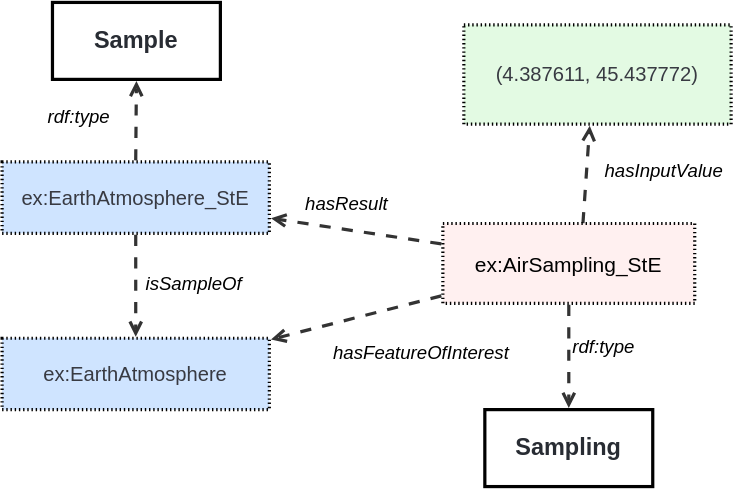
The draw.io diagram ssn/images/LocatedSampling.svg in afeliachi/sdw-sosa-ssn, before a commit. Source tidied: cells renumbered, new cells last; positions are measured from the earlier drawing's top-left corner, leaving out a move shared by most shapes.
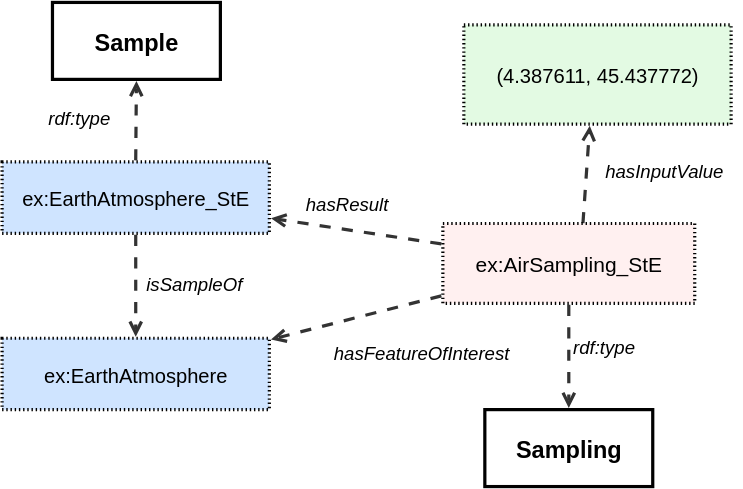
The same diagram one commit later.

The edit, as a diff of the source:
```diff
@@ -2,58 +2,58 @@
   <root>
     <mxCell id="0" />
     <mxCell id="1" parent="0" />
-    <mxCell id="2" value="&lt;font face=&quot;Helvetica&quot;&gt;ex:EarthAtmosphere_StE&lt;/font&gt;" style="html=1;overflow=block;blockSpacing=1;whiteSpace=wrap;fontSize=14.4;fontFamily=DejaVu Sans Mono;fontColor=#383a42;align=center;spacing=0;strokeOpacity=100;fillOpacity=100;fillColor=#cfe4ff;dashed=1;fixDash=1;dashPattern=1 2;strokeWidth=2.3;" parent="1" vertex="1">
+    <mxCell id="2" value="&lt;font&gt;ex:EarthAtmosphere_StE&lt;/font&gt;" style="html=1;overflow=block;blockSpacing=1;whiteSpace=wrap;fontSize=14.4;fontFamily=Helvetica;fontColor=default;align=center;spacing=0;strokeOpacity=100;fillOpacity=100;fillColor=#cfe4ff;dashed=1;fixDash=1;dashPattern=1 2;strokeWidth=2.3;convertToSvg=1;" parent="1" vertex="1">
       <mxGeometry y="114" width="191" height="51" as="geometry" />
     </mxCell>
-    <mxCell id="3" value="Sample" style="html=1;overflow=block;blockSpacing=1;whiteSpace=wrap;fontSize=16.8;fontColor=#282c33;fontStyle=1;align=center;spacing=0;strokeOpacity=100;fillOpacity=0;fillColor=#000000;strokeWidth=2.3;" parent="1" vertex="1">
+    <mxCell id="3" value="Sample" style="html=1;overflow=block;blockSpacing=1;whiteSpace=wrap;fontSize=16.8;fontColor=default;fontStyle=1;align=center;spacing=0;strokeOpacity=100;fillOpacity=0;fillColor=#000000;strokeWidth=2.3;convertToSvg=1;fontFamily=Helvetica;" parent="1" vertex="1">
       <mxGeometry x="36" width="120" height="55" as="geometry" />
     </mxCell>
-    <mxCell id="4" value="rdf:type" style="html=1;overflow=block;blockSpacing=1;whiteSpace=wrap;fontSize=13.3;fontStyle=2;align=left;spacing=3.8;verticalAlign=top;strokeColor=none;fillOpacity=0;fillColor=#ffffff;dashed=1;fixDash=1;dashPattern=16 6;strokeWidth=0;lucidId=A-tLJZ_WLiK6;" parent="1" vertex="1">
+    <mxCell id="4" value="rdf:type" style="html=1;overflow=block;blockSpacing=1;whiteSpace=wrap;fontSize=13.3;fontStyle=2;align=left;spacing=3.8;verticalAlign=top;strokeColor=none;fillOpacity=0;fillColor=#ffffff;dashed=1;fixDash=1;dashPattern=16 6;strokeWidth=0;lucidId=A-tLJZ_WLiK6;fontColor=default;convertToSvg=1;fontFamily=Helvetica;" parent="1" vertex="1">
       <mxGeometry x="30" y="72" width="70" height="28" as="geometry" />
     </mxCell>
-    <mxCell id="5" style="html=1;jettySize=18;whiteSpace=wrap;fontSize=13;strokeColor=#333333;strokeOpacity=100;dashed=1;fixDash=1;dashPattern=8 8;strokeWidth=2.3;rounded=0;startArrow=none;endArrow=open;exitX=0.5;exitY=-0.022;exitPerimeter=0;entryX=0.5;entryY=1.021;entryPerimeter=0;lucidId=A-tLlVsy8QA~;" parent="1" edge="1" source="2" target="3">
+    <mxCell id="5" style="html=1;jettySize=18;whiteSpace=wrap;fontSize=13;strokeColor=#333333;strokeOpacity=100;dashed=1;fixDash=1;dashPattern=8 8;strokeWidth=2.3;rounded=0;startArrow=none;endArrow=open;exitX=0.5;exitY=-0.022;exitPerimeter=0;entryX=0.5;entryY=1.021;entryPerimeter=0;lucidId=A-tLlVsy8QA~;fontColor=default;convertToSvg=1;fontFamily=Helvetica;" parent="1" edge="1" source="2" target="3">
       <mxGeometry relative="1" as="geometry" />
     </mxCell>
-    <mxCell id="6" value="&lt;font face=&quot;Helvetica&quot;&gt;(4.387611, 45.437772)&lt;/font&gt;" style="points=[[0.471,1.016,0]];html=1;overflow=block;blockSpacing=1;whiteSpace=wrap;fontSize=14.4;fontFamily=DejaVu Sans Mono;fontColor=#383a42;align=center;spacing=0;strokeOpacity=100;fillOpacity=100;fillColor=#e3fae3;dashed=1;fixDash=1;dashPattern=1 2;strokeWidth=2.3;" parent="1" vertex="1">
+    <mxCell id="6" value="&lt;font&gt;(4.387611, 45.437772)&lt;/font&gt;" style="points=[[0.471,1.016,0]];html=1;overflow=block;blockSpacing=1;whiteSpace=wrap;fontSize=14.4;fontFamily=Helvetica;fontColor=default;align=center;spacing=0;strokeOpacity=100;fillOpacity=100;fillColor=#e3fae3;dashed=1;fixDash=1;dashPattern=1 2;strokeWidth=2.3;convertToSvg=1;" parent="1" vertex="1">
       <mxGeometry x="330" y="16" width="191" height="71" as="geometry" />
     </mxCell>
-    <mxCell id="7" style="html=1;jettySize=18;whiteSpace=wrap;fontSize=13;strokeColor=#333333;strokeOpacity=100;dashed=1;fixDash=1;dashPattern=8 8;strokeWidth=2.3;rounded=0;startArrow=none;endArrow=open;exitX=0.55;exitY=0.278;exitPerimeter=0;entryX=0.471;entryY=1.016;entryPerimeter=0;lucidId=A-tLJ03LX-C-;" parent="1" edge="1" source="12" target="6">
+    <mxCell id="7" style="html=1;jettySize=18;whiteSpace=wrap;fontSize=13;strokeColor=#333333;strokeOpacity=100;dashed=1;fixDash=1;dashPattern=8 8;strokeWidth=2.3;rounded=0;startArrow=none;endArrow=open;exitX=0.55;exitY=0.278;exitPerimeter=0;entryX=0.471;entryY=1.016;entryPerimeter=0;lucidId=A-tLJ03LX-C-;fontColor=default;convertToSvg=1;fontFamily=Helvetica;" parent="1" edge="1" source="12" target="6">
       <mxGeometry relative="1" as="geometry" />
     </mxCell>
-    <mxCell id="8" value="hasInputValue" style="html=1;overflow=block;blockSpacing=1;whiteSpace=wrap;fontSize=13.3;fontStyle=2;align=left;spacing=3.8;verticalAlign=top;strokeColor=none;fillOpacity=0;fillColor=#ffffff;dashed=1;fixDash=1;dashPattern=16 6;strokeWidth=0;lucidId=A-tLXsr12cKE;" parent="1" vertex="1">
+    <mxCell id="8" value="hasInputValue" style="html=1;overflow=block;blockSpacing=1;whiteSpace=wrap;fontSize=13.3;fontStyle=2;align=left;spacing=3.8;verticalAlign=top;strokeColor=none;fillOpacity=0;fillColor=#ffffff;dashed=1;fixDash=1;dashPattern=16 6;strokeWidth=0;lucidId=A-tLXsr12cKE;fontColor=default;convertToSvg=1;fontFamily=Helvetica;" parent="1" vertex="1">
       <mxGeometry x="428" y="110" width="101" height="24" as="geometry" />
     </mxCell>
-    <mxCell id="9" value="&lt;font face=&quot;Helvetica&quot;&gt;ex:EarthAtmosphere&lt;/font&gt;" style="html=1;overflow=block;blockSpacing=1;whiteSpace=wrap;fontSize=14.4;fontFamily=DejaVu Sans Mono;fontColor=#383a42;align=center;spacing=0;strokeOpacity=100;fillOpacity=100;fillColor=#cfe4ff;dashed=1;fixDash=1;dashPattern=1 2;strokeWidth=2.3;" parent="1" vertex="1">
+    <mxCell id="9" value="&lt;font&gt;ex:EarthAtmosphere&lt;/font&gt;" style="html=1;overflow=block;blockSpacing=1;whiteSpace=wrap;fontSize=14.4;fontFamily=Helvetica;fontColor=default;align=center;spacing=0;strokeOpacity=100;fillOpacity=100;fillColor=#cfe4ff;dashed=1;fixDash=1;dashPattern=1 2;strokeWidth=2.3;convertToSvg=1;" parent="1" vertex="1">
       <mxGeometry y="240" width="191" height="51" as="geometry" />
     </mxCell>
-    <mxCell id="10" style="html=1;jettySize=18;whiteSpace=wrap;fontSize=13;strokeColor=#333333;strokeOpacity=100;dashed=1;fixDash=1;dashPattern=8 8;strokeWidth=2.3;rounded=0;startArrow=none;endArrow=open;exitX=0.5;exitY=1.022;exitPerimeter=0;entryX=0.5;entryY=-0.022;entryPerimeter=0;lucidId=A-tL4dQTPhSz;" parent="1" edge="1" source="2" target="9">
+    <mxCell id="10" style="html=1;jettySize=18;whiteSpace=wrap;fontSize=13;strokeColor=#333333;strokeOpacity=100;dashed=1;fixDash=1;dashPattern=8 8;strokeWidth=2.3;rounded=0;startArrow=none;endArrow=open;exitX=0.5;exitY=1.022;exitPerimeter=0;entryX=0.5;entryY=-0.022;entryPerimeter=0;lucidId=A-tL4dQTPhSz;fontColor=default;convertToSvg=1;fontFamily=Helvetica;" parent="1" edge="1" source="2" target="9">
       <mxGeometry relative="1" as="geometry" />
     </mxCell>
-    <mxCell id="11" value="isSampleOf" style="html=1;overflow=block;blockSpacing=1;whiteSpace=wrap;fontSize=13.3;fontStyle=2;align=left;spacing=3.8;verticalAlign=top;strokeColor=none;fillOpacity=0;fillColor=#ffffff;dashed=1;fixDash=1;dashPattern=16 6;strokeWidth=0;lucidId=A-tLC04_h~EB;" parent="1" vertex="1">
+    <mxCell id="11" value="isSampleOf" style="html=1;overflow=block;blockSpacing=1;whiteSpace=wrap;fontSize=13.3;fontStyle=2;align=left;spacing=3.8;verticalAlign=top;strokeColor=none;fillOpacity=0;fillColor=#ffffff;dashed=1;fixDash=1;dashPattern=16 6;strokeWidth=0;lucidId=A-tLC04_h~EB;fontColor=default;convertToSvg=1;fontFamily=Helvetica;" parent="1" vertex="1">
       <mxGeometry x="100" y="191" width="101" height="24" as="geometry" />
     </mxCell>
-    <mxCell id="12" value="&lt;font face=&quot;Helvetica&quot;&gt;ex:AirSampling_StE&lt;/font&gt;" style="points=[[0.55,0.278,0]];html=1;overflow=block;blockSpacing=1;whiteSpace=wrap;fontSize=15;fontFamily=DejaVu Sans Mono;align=center;spacing=0;strokeOpacity=100;fillOpacity=100;fillColor=#fff0f0;dashed=1;fixDash=1;dashPattern=1 2;strokeWidth=2.3;" parent="1" vertex="1">
+    <mxCell id="12" value="&lt;font&gt;ex:AirSampling_StE&lt;/font&gt;" style="points=[[0.55,0.278,0]];html=1;overflow=block;blockSpacing=1;whiteSpace=wrap;fontSize=15;fontFamily=Helvetica;align=center;spacing=0;strokeOpacity=100;fillOpacity=100;fillColor=#fff0f0;dashed=1;fixDash=1;dashPattern=1 2;strokeWidth=2.3;fontColor=default;convertToSvg=1;" parent="1" vertex="1">
       <mxGeometry x="315" y="158" width="180" height="57" as="geometry" />
     </mxCell>
-    <mxCell id="13" style="html=1;jettySize=18;whiteSpace=wrap;fontSize=13;strokeColor=#333333;strokeOpacity=100;dashed=1;fixDash=1;dashPattern=8 8;strokeWidth=2.3;rounded=0;startArrow=none;endArrow=open;exitX=-0.006;exitY=0.907;exitPerimeter=0;entryX=1.006;entryY=0.017;entryPerimeter=0;lucidId=m.tLpbR_ObS~;" parent="1" edge="1" source="12" target="9">
+    <mxCell id="13" style="html=1;jettySize=18;whiteSpace=wrap;fontSize=13;strokeColor=#333333;strokeOpacity=100;dashed=1;fixDash=1;dashPattern=8 8;strokeWidth=2.3;rounded=0;startArrow=none;endArrow=open;exitX=-0.006;exitY=0.907;exitPerimeter=0;entryX=1.006;entryY=0.017;entryPerimeter=0;lucidId=m.tLpbR_ObS~;fontColor=default;convertToSvg=1;fontFamily=Helvetica;" parent="1" edge="1" source="12" target="9">
       <mxGeometry relative="1" as="geometry" />
     </mxCell>
-    <mxCell id="14" style="html=1;jettySize=18;whiteSpace=wrap;fontSize=13;strokeColor=#333333;strokeOpacity=100;dashed=1;fixDash=1;dashPattern=8 8;strokeWidth=2.3;rounded=0;startArrow=none;endArrow=open;exitX=-0.006;exitY=0.256;exitPerimeter=0;entryX=1.006;entryY=0.789;entryPerimeter=0;lucidId=w.tLvAd8Xd-0;" parent="1" edge="1" source="12" target="2">
+    <mxCell id="14" style="html=1;jettySize=18;whiteSpace=wrap;fontSize=13;strokeColor=#333333;strokeOpacity=100;dashed=1;fixDash=1;dashPattern=8 8;strokeWidth=2.3;rounded=0;startArrow=none;endArrow=open;exitX=-0.006;exitY=0.256;exitPerimeter=0;entryX=1.006;entryY=0.789;entryPerimeter=0;lucidId=w.tLvAd8Xd-0;fontColor=default;convertToSvg=1;fontFamily=Helvetica;" parent="1" edge="1" source="12" target="2">
       <mxGeometry relative="1" as="geometry" />
     </mxCell>
-    <mxCell id="15" value="hasFeatureOfInterest" style="html=1;overflow=block;blockSpacing=1;whiteSpace=wrap;fontSize=13.3;fontStyle=2;align=left;spacing=3.8;verticalAlign=top;strokeColor=none;fillOpacity=0;fillColor=#ffffff;dashed=1;fixDash=1;dashPattern=16 6;strokeWidth=0;lucidId=J.tLM3dq~phv;" parent="1" vertex="1">
+    <mxCell id="15" value="hasFeatureOfInterest" style="html=1;overflow=block;blockSpacing=1;whiteSpace=wrap;fontSize=13.3;fontStyle=2;align=left;spacing=3.8;verticalAlign=top;strokeColor=none;fillOpacity=0;fillColor=#ffffff;dashed=1;fixDash=1;dashPattern=16 6;strokeWidth=0;lucidId=J.tLM3dq~phv;fontColor=default;convertToSvg=1;fontFamily=Helvetica;" parent="1" vertex="1">
       <mxGeometry x="234" y="240" width="101" height="24" as="geometry" />
     </mxCell>
-    <mxCell id="16" value="hasResult" style="html=1;overflow=block;blockSpacing=1;whiteSpace=wrap;fontSize=13.3;fontStyle=2;align=left;spacing=3.8;verticalAlign=top;strokeColor=none;fillOpacity=0;fillColor=#ffffff;dashed=1;fixDash=1;dashPattern=16 6;strokeWidth=0;lucidId=W.tLqPjniz9z;" parent="1" vertex="1">
+    <mxCell id="16" value="hasResult" style="html=1;overflow=block;blockSpacing=1;whiteSpace=wrap;fontSize=13.3;fontStyle=2;align=left;spacing=3.8;verticalAlign=top;strokeColor=none;fillOpacity=0;fillColor=#ffffff;dashed=1;fixDash=1;dashPattern=16 6;strokeWidth=0;lucidId=W.tLqPjniz9z;fontColor=default;convertToSvg=1;fontFamily=Helvetica;" parent="1" vertex="1">
       <mxGeometry x="214" y="134" width="101" height="24" as="geometry" />
     </mxCell>
-    <mxCell id="17" value="Sampling" style="html=1;overflow=block;blockSpacing=1;whiteSpace=wrap;fontSize=16.8;fontColor=#282c33;fontStyle=1;align=center;spacing=0;strokeOpacity=100;fillOpacity=0;fillColor=#000000;strokeWidth=2.3;" parent="1" vertex="1">
+    <mxCell id="17" value="Sampling" style="html=1;overflow=block;blockSpacing=1;whiteSpace=wrap;fontSize=16.8;fontColor=default;fontStyle=1;align=center;spacing=0;strokeOpacity=100;fillOpacity=0;fillColor=#000000;strokeWidth=2.3;convertToSvg=1;fontFamily=Helvetica;" parent="1" vertex="1">
       <mxGeometry x="345" y="291" width="120" height="55" as="geometry" />
     </mxCell>
-    <mxCell id="18" style="html=1;jettySize=18;whiteSpace=wrap;fontSize=13;strokeColor=#333333;strokeOpacity=100;dashed=1;fixDash=1;dashPattern=8 8;strokeWidth=2.3;rounded=0;startArrow=none;endArrow=open;exitX=0.5;exitY=1.02;exitPerimeter=0;entryX=0.5;entryY=-0.021;entryPerimeter=0;lucidId=LuNLk8hMXrsJ;" parent="1" edge="1" source="12" target="17">
+    <mxCell id="18" style="html=1;jettySize=18;whiteSpace=wrap;fontSize=13;strokeColor=#333333;strokeOpacity=100;dashed=1;fixDash=1;dashPattern=8 8;strokeWidth=2.3;rounded=0;startArrow=none;endArrow=open;exitX=0.5;exitY=1.02;exitPerimeter=0;entryX=0.5;entryY=-0.021;entryPerimeter=0;lucidId=LuNLk8hMXrsJ;fontColor=default;convertToSvg=1;fontFamily=Helvetica;" parent="1" edge="1" source="12" target="17">
       <mxGeometry relative="1" as="geometry" />
     </mxCell>
-    <mxCell id="19" value="rdf:type" style="html=1;overflow=block;blockSpacing=1;whiteSpace=wrap;fontSize=13.3;fontStyle=2;align=left;spacing=3.8;verticalAlign=top;strokeColor=none;fillOpacity=0;fillColor=#ffffff;dashed=1;fixDash=1;dashPattern=16 6;strokeWidth=0;lucidId=LuNLHJXEgmcY;" parent="1" vertex="1">
+    <mxCell id="19" value="rdf:type" style="html=1;overflow=block;blockSpacing=1;whiteSpace=wrap;fontSize=13.3;fontStyle=2;align=left;spacing=3.8;verticalAlign=top;strokeColor=none;fillOpacity=0;fillColor=#ffffff;dashed=1;fixDash=1;dashPattern=16 6;strokeWidth=0;lucidId=LuNLHJXEgmcY;fontColor=default;convertToSvg=1;fontFamily=Helvetica;" parent="1" vertex="1">
       <mxGeometry x="405" y="236" width="70" height="28" as="geometry" />
     </mxCell>
   </root>
```
